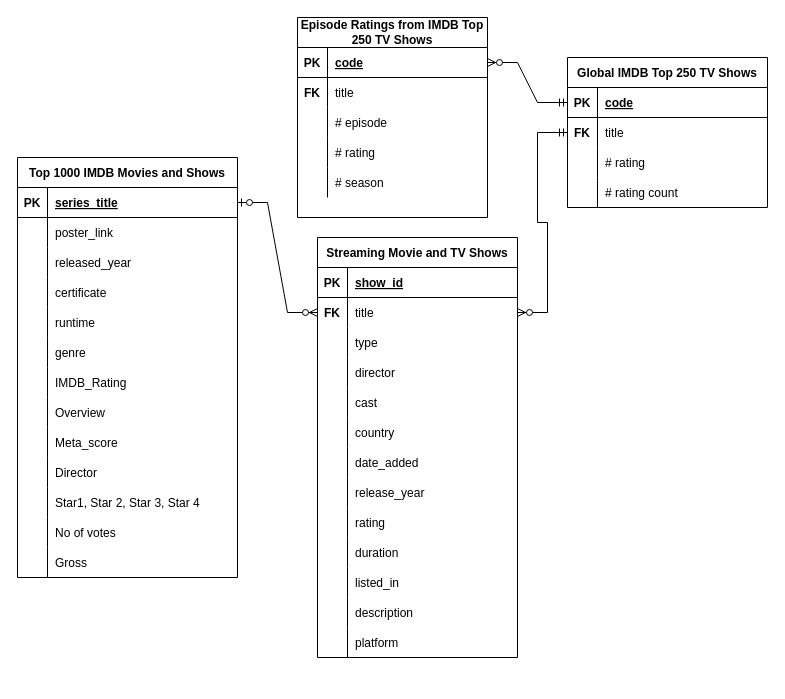
The draw.io diagram page "ERD" (1 of 2) of DEX Final Presentation.drawio in jacqueline-weiland/adventofcode2022, before the edit. Source tidied: cells renumbered, new cells numbered last; positions are measured from the earlier drawing's top-left corner, leaving out a move shared by most shapes. Both pictures are drawn from the tidied source at 100%, with x=0, y=0 at pixel (17, 17).
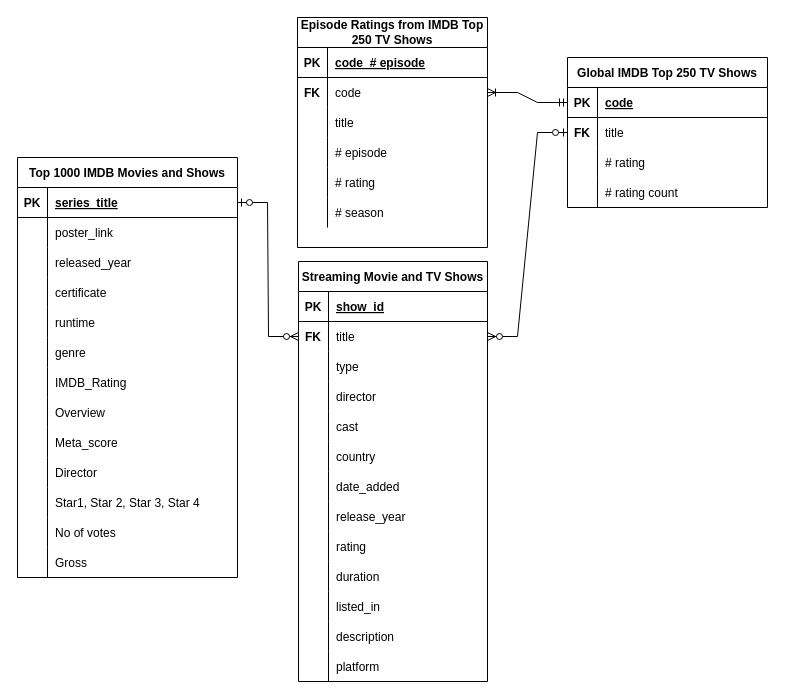
After the change.

The change refers to these unchanged cells:
```xml
<mxCell id="83" style="shape=tableRow;horizontal=0;startSize=0;swimlaneHead=0;swimlaneBody=0;fillColor=none;points=[[0,0.5],[1,0.5]];portConstraint=eastwest;top=0;left=0;right=0;bottom=1;" parent="82" vertex="1">
  <mxGeometry y="30" width="190" height="30" as="geometry" />
</mxCell>
<mxCell id="99" style="shape=tableRow;horizontal=0;startSize=0;swimlaneHead=0;swimlaneBody=0;fillColor=none;points=[[0,0.5],[1,0.5]];portConstraint=eastwest;top=0;left=0;right=0;bottom=1;" parent="98" vertex="1">
  <mxGeometry y="30" width="200" height="30" as="geometry" />
</mxCell>
<mxCell id="102" style="shape=tableRow;horizontal=0;startSize=0;swimlaneHead=0;swimlaneBody=0;fillColor=none;points=[[0,0.5],[1,0.5]];portConstraint=eastwest;top=0;left=0;right=0;bottom=0;" parent="98" vertex="1">
  <mxGeometry y="60" width="200" height="30" as="geometry" />
</mxCell>
```

What changed in the source:
```diff
@@
     <mxCell id="42" value="Streaming Movie and TV Shows" style="shape=table;startSize=30;childLayout=tableLayout;rowLines=0;fontStyle=1;align=center;" parent="1" vertex="1">
-      <mxGeometry x="300" y="220" width="200" height="420" as="geometry" />
+      <mxGeometry x="281" y="244" width="189" height="420" as="geometry" />
     </mxCell>
     <mxCell id="43" style="shape=tableRow;horizontal=0;startSize=0;swimlaneHead=0;swimlaneBody=0;fillColor=none;top=0;left=0;right=0;bottom=1;" parent="42" vertex="1">
-      <mxGeometry y="30" width="200" height="30" as="geometry" />
+      <mxGeometry y="30" width="189" height="30" as="geometry" />
     </mxCell>
@@
     <mxCell id="45" value="show_id" style="shape=partialRectangle;fillColor=none;top=0;left=0;bottom=0;right=0;align=left;spacingLeft=6;fontStyle=5;overflow=hidden;" parent="43" vertex="1">
-      <mxGeometry x="30" width="170" height="30" as="geometry" />
+      <mxGeometry x="30" width="159" height="30" as="geometry" />
     </mxCell>
     <mxCell id="46" style="shape=tableRow;horizontal=0;startSize=0;swimlaneHead=0;swimlaneBody=0;fillColor=none;points=[[0,0.5],[1,0.5]];portConstraint=eastwest;top=0;left=0;right=0;bottom=0;" parent="42" vertex="1">
-      <mxGeometry y="60" width="200" height="30" as="geometry" />
+      <mxGeometry y="60" width="189" height="30" as="geometry" />
     </mxCell>
@@
     <mxCell id="48" value="title" style="shape=partialRectangle;fillColor=none;top=0;left=0;bottom=0;right=0;align=left;spacingLeft=6;overflow=hidden;" parent="46" vertex="1">
-      <mxGeometry x="30" width="170" height="30" as="geometry" />
+      <mxGeometry x="30" width="159" height="30" as="geometry" />
     </mxCell>
     <mxCell id="49" style="shape=tableRow;horizontal=0;startSize=0;swimlaneHead=0;swimlaneBody=0;fillColor=none;top=0;left=0;right=0;bottom=0;" parent="42" vertex="1">
-      <mxGeometry y="90" width="200" height="30" as="geometry" />
+      <mxGeometry y="90" width="189" height="30" as="geometry" />
     </mxCell>
@@
     <mxCell id="51" value="type" style="shape=partialRectangle;fillColor=none;top=0;left=0;bottom=0;right=0;align=left;spacingLeft=6;overflow=hidden;" parent="49" vertex="1">
-      <mxGeometry x="30" width="170" height="30" as="geometry" />
+      <mxGeometry x="30" width="159" height="30" as="geometry" />
     </mxCell>
     <mxCell id="52" style="shape=tableRow;horizontal=0;startSize=0;swimlaneHead=0;swimlaneBody=0;fillColor=none;top=0;left=0;right=0;bottom=0;" parent="42" vertex="1">
-      <mxGeometry y="120" width="200" height="30" as="geometry" />
+      <mxGeometry y="120" width="189" height="30" as="geometry" />
     </mxCell>
@@
     <mxCell id="54" value="director" style="shape=partialRectangle;fillColor=none;top=0;left=0;bottom=0;right=0;align=left;spacingLeft=6;overflow=hidden;" parent="52" vertex="1">
-      <mxGeometry x="30" width="170" height="30" as="geometry" />
+      <mxGeometry x="30" width="159" height="30" as="geometry" />
     </mxCell>
     <mxCell id="55" style="shape=tableRow;horizontal=0;startSize=0;swimlaneHead=0;swimlaneBody=0;fillColor=none;top=0;left=0;right=0;bottom=0;" parent="42" vertex="1">
-      <mxGeometry y="150" width="200" height="30" as="geometry" />
+      <mxGeometry y="150" width="189" height="30" as="geometry" />
     </mxCell>
@@
     <mxCell id="57" value="cast" style="shape=partialRectangle;fillColor=none;top=0;left=0;bottom=0;right=0;align=left;spacingLeft=6;overflow=hidden;" parent="55" vertex="1">
-      <mxGeometry x="30" width="170" height="30" as="geometry" />
+      <mxGeometry x="30" width="159" height="30" as="geometry" />
     </mxCell>
     <mxCell id="58" style="shape=tableRow;horizontal=0;startSize=0;swimlaneHead=0;swimlaneBody=0;fillColor=none;top=0;left=0;right=0;bottom=0;" parent="42" vertex="1">
-      <mxGeometry y="180" width="200" height="30" as="geometry" />
+      <mxGeometry y="180" width="189" height="30" as="geometry" />
     </mxCell>
@@
     <mxCell id="60" value="country" style="shape=partialRectangle;fillColor=none;top=0;left=0;bottom=0;right=0;align=left;spacingLeft=6;overflow=hidden;" parent="58" vertex="1">
-      <mxGeometry x="30" width="170" height="30" as="geometry" />
+      <mxGeometry x="30" width="159" height="30" as="geometry" />
     </mxCell>
     <mxCell id="61" style="shape=tableRow;horizontal=0;startSize=0;swimlaneHead=0;swimlaneBody=0;fillColor=none;top=0;left=0;right=0;bottom=0;" parent="42" vertex="1">
-      <mxGeometry y="210" width="200" height="30" as="geometry" />
+      <mxGeometry y="210" width="189" height="30" as="geometry" />
     </mxCell>
@@
     <mxCell id="63" value="date_added" style="shape=partialRectangle;fillColor=none;top=0;left=0;bottom=0;right=0;align=left;spacingLeft=6;overflow=hidden;" parent="61" vertex="1">
-      <mxGeometry x="30" width="170" height="30" as="geometry" />
+      <mxGeometry x="30" width="159" height="30" as="geometry" />
     </mxCell>
     <mxCell id="64" style="shape=tableRow;horizontal=0;startSize=0;swimlaneHead=0;swimlaneBody=0;fillColor=none;top=0;left=0;right=0;bottom=0;" parent="42" vertex="1">
-      <mxGeometry y="240" width="200" height="30" as="geometry" />
+      <mxGeometry y="240" width="189" height="30" as="geometry" />
     </mxCell>
@@
     <mxCell id="66" value="release_year" style="shape=partialRectangle;fillColor=none;top=0;left=0;bottom=0;right=0;align=left;spacingLeft=6;overflow=hidden;" parent="64" vertex="1">
-      <mxGeometry x="30" width="170" height="30" as="geometry" />
+      <mxGeometry x="30" width="159" height="30" as="geometry" />
     </mxCell>
     <mxCell id="67" style="shape=tableRow;horizontal=0;startSize=0;swimlaneHead=0;swimlaneBody=0;fillColor=none;top=0;left=0;right=0;bottom=0;" parent="42" vertex="1">
-      <mxGeometry y="270" width="200" height="30" as="geometry" />
+      <mxGeometry y="270" width="189" height="30" as="geometry" />
     </mxCell>
@@
     <mxCell id="69" value="rating" style="shape=partialRectangle;fillColor=none;top=0;left=0;bottom=0;right=0;align=left;spacingLeft=6;overflow=hidden;" parent="67" vertex="1">
-      <mxGeometry x="30" width="170" height="30" as="geometry" />
+      <mxGeometry x="30" width="159" height="30" as="geometry" />
     </mxCell>
     <mxCell id="70" style="shape=tableRow;horizontal=0;startSize=0;swimlaneHead=0;swimlaneBody=0;fillColor=none;top=0;left=0;right=0;bottom=0;" parent="42" vertex="1">
-      <mxGeometry y="300" width="200" height="30" as="geometry" />
+      <mxGeometry y="300" width="189" height="30" as="geometry" />
     </mxCell>
@@
     <mxCell id="72" value="duration" style="shape=partialRectangle;fillColor=none;top=0;left=0;bottom=0;right=0;align=left;spacingLeft=6;overflow=hidden;" parent="70" vertex="1">
-      <mxGeometry x="30" width="170" height="30" as="geometry" />
+      <mxGeometry x="30" width="159" height="30" as="geometry" />
     </mxCell>
     <mxCell id="73" style="shape=tableRow;horizontal=0;startSize=0;swimlaneHead=0;swimlaneBody=0;fillColor=none;top=0;left=0;right=0;bottom=0;" parent="42" vertex="1">
-      <mxGeometry y="330" width="200" height="30" as="geometry" />
+      <mxGeometry y="330" width="189" height="30" as="geometry" />
     </mxCell>
@@
     <mxCell id="75" value="listed_in" style="shape=partialRectangle;fillColor=none;top=0;left=0;bottom=0;right=0;align=left;spacingLeft=6;overflow=hidden;" parent="73" vertex="1">
-      <mxGeometry x="30" width="170" height="30" as="geometry" />
+      <mxGeometry x="30" width="159" height="30" as="geometry" />
     </mxCell>
     <mxCell id="76" style="shape=tableRow;horizontal=0;startSize=0;swimlaneHead=0;swimlaneBody=0;fillColor=none;top=0;left=0;right=0;bottom=0;" parent="42" vertex="1">
-      <mxGeometry y="360" width="200" height="30" as="geometry" />
+      <mxGeometry y="360" width="189" height="30" as="geometry" />
     </mxCell>
@@
     <mxCell id="78" value="description" style="shape=partialRectangle;fillColor=none;top=0;left=0;bottom=0;right=0;align=left;spacingLeft=6;overflow=hidden;" parent="76" vertex="1">
-      <mxGeometry x="30" width="170" height="30" as="geometry" />
+      <mxGeometry x="30" width="159" height="30" as="geometry" />
     </mxCell>
     <mxCell id="79" style="shape=tableRow;horizontal=0;startSize=0;swimlaneHead=0;swimlaneBody=0;fillColor=none;top=0;left=0;right=0;bottom=0;" parent="42" vertex="1">
-      <mxGeometry y="390" width="200" height="30" as="geometry" />
+      <mxGeometry y="390" width="189" height="30" as="geometry" />
     </mxCell>
@@
     <mxCell id="81" value="platform" style="shape=partialRectangle;fillColor=none;top=0;left=0;bottom=0;right=0;align=left;spacingLeft=6;overflow=hidden;" parent="79" vertex="1">
-      <mxGeometry x="30" width="170" height="30" as="geometry" />
+      <mxGeometry x="30" width="159" height="30" as="geometry" />
     </mxCell>
     <mxCell id="82" value="Episode Ratings from IMDB Top 250 TV Shows" style="shape=table;startSize=30;childLayout=tableLayout;rowLines=0;fontStyle=1;align=center;whiteSpace=wrap;" parent="1" vertex="1">
-      <mxGeometry x="280" width="190" height="200" as="geometry" />
+      <mxGeometry x="280" width="190" height="230" as="geometry" />
     </mxCell>
@@
-    <mxCell id="85" value="code" style="shape=partialRectangle;fillColor=none;top=0;left=0;bottom=0;right=0;align=left;spacingLeft=6;fontStyle=5;overflow=hidden;" parent="83" vertex="1">
+    <mxCell id="85" value="code_# episode" style="shape=partialRectangle;fillColor=none;top=0;left=0;bottom=0;right=0;align=left;spacingLeft=6;fontStyle=5;overflow=hidden;" parent="83" vertex="1">
       <mxGeometry x="30" width="160" height="30" as="geometry" />
     </mxCell>
+    <mxCell id="114" style="shape=tableRow;horizontal=0;startSize=0;swimlaneHead=0;swimlaneBody=0;fillColor=none;points=[[0,0.5],[1,0.5]];portConstraint=eastwest;top=0;left=0;right=0;bottom=0;" parent="82" vertex="1">
+      <mxGeometry y="60" width="190" height="30" as="geometry" />
+    </mxCell>
+    <mxCell id="115" value="FK" style="shape=partialRectangle;fillColor=none;top=0;left=0;bottom=0;right=0;overflow=hidden;fontStyle=1;" parent="114" vertex="1">
+      <mxGeometry width="30" height="30" as="geometry" />
+    </mxCell>
+    <mxCell id="116" value="code" style="shape=partialRectangle;fillColor=none;top=0;left=0;bottom=0;right=0;align=left;spacingLeft=6;overflow=hidden;" parent="114" vertex="1">
+      <mxGeometry x="30" width="160" height="30" as="geometry" />
+    </mxCell>
     <mxCell id="86" style="shape=tableRow;horizontal=0;startSize=0;swimlaneHead=0;swimlaneBody=0;fillColor=none;top=0;left=0;right=0;bottom=0;" parent="82" vertex="1">
-      <mxGeometry y="60" width="190" height="30" as="geometry" />
+      <mxGeometry y="90" width="190" height="30" as="geometry" />
     </mxCell>
-    <mxCell id="87" value="FK" style="shape=partialRectangle;fillColor=none;top=0;left=0;bottom=0;right=0;overflow=hidden;fontStyle=1;" parent="86" vertex="1">
+    <mxCell id="87" style="shape=partialRectangle;fillColor=none;top=0;left=0;bottom=0;right=0;overflow=hidden;fontStyle=1;" parent="86" vertex="1">
       <mxGeometry width="30" height="30" as="geometry" />
     </mxCell>
@@
     <mxCell id="89" style="shape=tableRow;horizontal=0;startSize=0;swimlaneHead=0;swimlaneBody=0;fillColor=none;top=0;left=0;right=0;bottom=0;" parent="82" vertex="1">
-      <mxGeometry y="90" width="190" height="30" as="geometry" />
+      <mxGeometry y="120" width="190" height="30" as="geometry" />
     </mxCell>
@@
     <mxCell id="92" style="shape=tableRow;horizontal=0;startSize=0;swimlaneHead=0;swimlaneBody=0;fillColor=none;top=0;left=0;right=0;bottom=0;" parent="82" vertex="1">
-      <mxGeometry y="120" width="190" height="30" as="geometry" />
+      <mxGeometry y="150" width="190" height="30" as="geometry" />
     </mxCell>
@@
     <mxCell id="95" style="shape=tableRow;horizontal=0;startSize=0;swimlaneHead=0;swimlaneBody=0;fillColor=none;top=0;left=0;right=0;bottom=0;" parent="82" vertex="1">
-      <mxGeometry y="150" width="190" height="30" as="geometry" />
+      <mxGeometry y="180" width="190" height="30" as="geometry" />
     </mxCell>
@@
-    <mxCell id="112" style="edgeStyle=entityRelationEdgeStyle;fontSize=12;html=1;endArrow=ERzeroToMany;startArrow=ERmandOne;rounded=0;" parent="1" edge="1" source="99" target="83">
-      <mxGeometry relative="1" as="geometry" />
-    </mxCell>
-    <mxCell id="113" style="edgeStyle=entityRelationEdgeStyle;fontSize=12;html=1;endArrow=ERzeroToMany;startArrow=ERmandOne;rounded=0;" parent="1" edge="1" source="102" target="46">
+    <mxCell id="113" style="edgeStyle=entityRelationEdgeStyle;fontSize=12;html=1;endArrow=ERzeroToMany;startArrow=ERzeroToOne;rounded=0;exitX=0;exitY=0.5;exitDx=0;exitDy=0;" parent="1" edge="1" source="102" target="46">
       <mxGeometry relative="1" as="geometry" />
     </mxCell>
+    <mxCell id="117" style="edgeStyle=entityRelationEdgeStyle;fontSize=12;html=1;endArrow=ERoneToMany;startArrow=ERmandOne;rounded=0;" parent="1" edge="1" source="99" target="114">
+      <mxGeometry relative="1" as="geometry" />
+    </mxCell>
```
